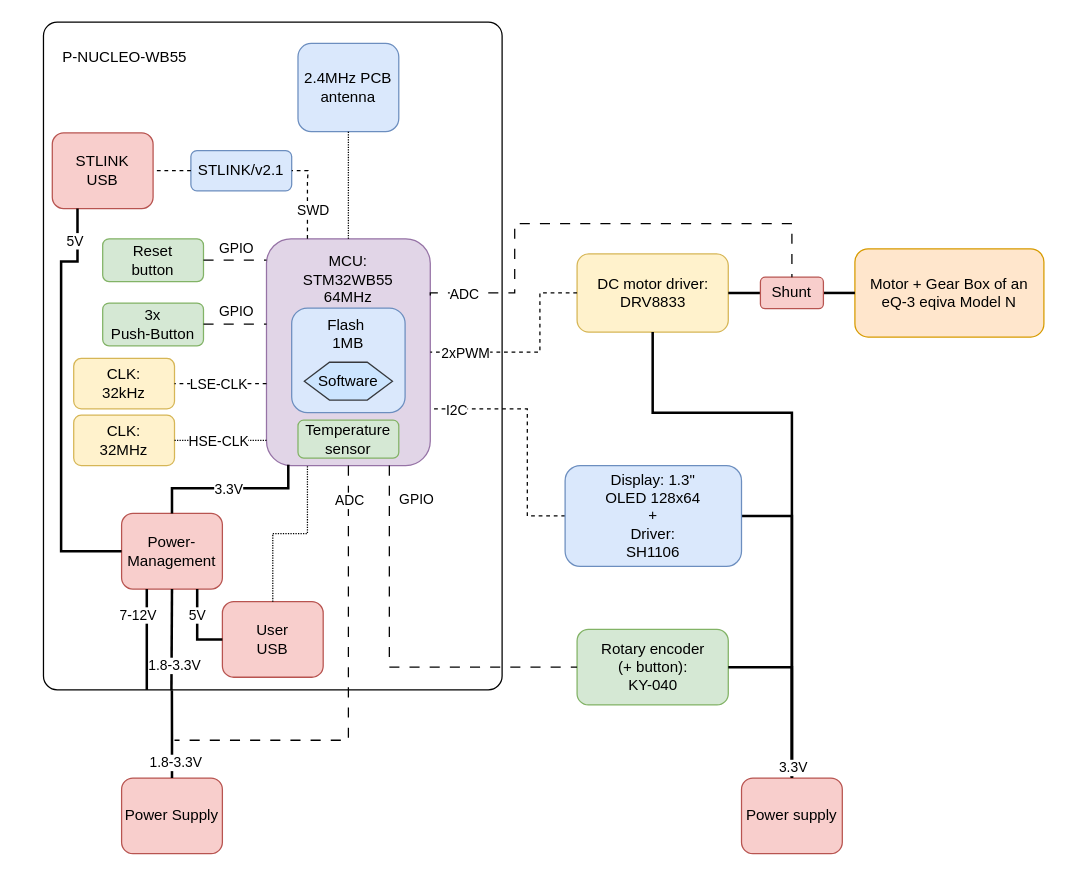
The draw.io diagram electronics/diagrams/mt-rt-sw-dev-hw-block-diagram.drawio in MiraTherm/miratherm-radiator-thermostat-documentation, before the edit. Source tidied: cells renumbered, new cells numbered last; positions are measured from the earlier drawing's top-left corner, leaving out a move shared by most shapes. Both pictures are drawn from the tidied source at 126%, with x=0, y=0 at pixel (43, 21).
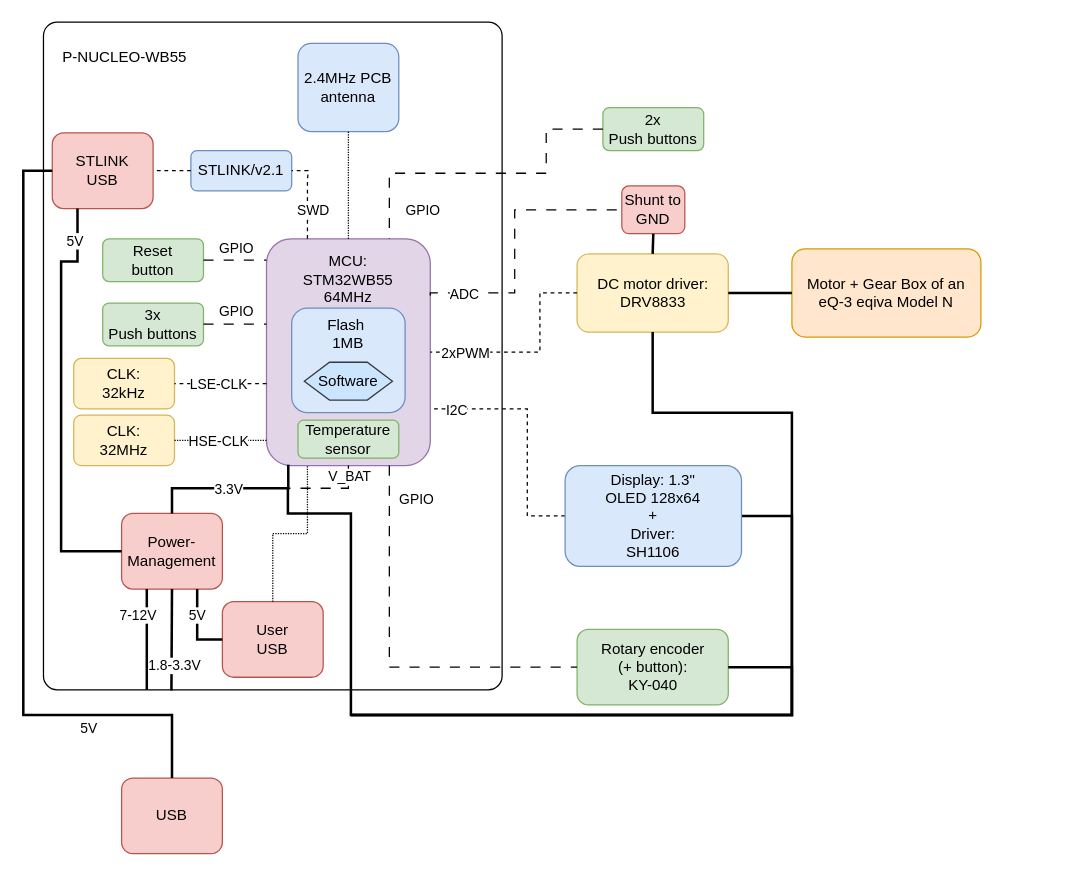
Above is the later version.

Commit message (it also covers changes not shown here):
:memo: Update development harware block diagram

Unchanged cells that the change refers to:
```xml
<mxCell id="2" value="&lt;br&gt;&amp;nbsp; &amp;nbsp; P-NUCLEO-WB55" style="rounded=1;whiteSpace=wrap;html=1;labelPosition=center;verticalLabelPosition=middle;align=left;verticalAlign=top;fillColor=none;arcSize=3;" parent="1" vertex="1">
  <mxGeometry width="364" height="530" as="geometry" />
</mxCell>
<mxCell id="3" value="MCU:&lt;br&gt;STM32WB55&lt;br&gt;64MHz&lt;br&gt;&lt;br&gt;&lt;br&gt;&lt;br&gt;&lt;br&gt;&lt;br&gt;&lt;br&gt;&lt;br&gt;&lt;div&gt;&lt;br&gt;&lt;/div&gt;" style="rounded=1;whiteSpace=wrap;html=1;labelPosition=center;verticalLabelPosition=middle;align=center;verticalAlign=middle;fillColor=#e1d5e7;strokeColor=#9673a6;" parent="1" vertex="1">
  <mxGeometry x="177" y="172" width="130" height="180" as="geometry" />
</mxCell>
<mxCell id="7" value="Rotary encoder&lt;br&gt;(+ button):&lt;br&gt;KY-040" style="rounded=1;whiteSpace=wrap;html=1;fillColor=#d5e8d4;strokeColor=#82b366;" parent="1" vertex="1">
  <mxGeometry x="423.5" y="482" width="120" height="60" as="geometry" />
</mxCell>
<mxCell id="20" value="DC motor driver:&lt;br&gt;&lt;div&gt;DRV8833&lt;/div&gt;" style="rounded=1;whiteSpace=wrap;html=1;fillColor=#fff2cc;strokeColor=#d6b656;" parent="1" vertex="1">
  <mxGeometry x="423.5" y="184" width="120" height="62" as="geometry" />
</mxCell>
<mxCell id="26" value="Display: 1.3&quot;&lt;br&gt;&lt;div&gt;OLED 128x64&lt;br&gt;+&lt;br&gt;Driver:&lt;br&gt;SH1106&lt;/div&gt;" style="rounded=1;whiteSpace=wrap;html=1;fillColor=#dae8fc;strokeColor=#6c8ebf;" parent="1" vertex="1">
  <mxGeometry x="414" y="352" width="140" height="80" as="geometry" />
</mxCell>
<mxCell id="35" value="STLINK&lt;br&gt;USB" style="rounded=1;whiteSpace=wrap;html=1;fillColor=#f8cecc;strokeColor=#b85450;" parent="1" vertex="1">
  <mxGeometry x="7" y="88" width="80" height="60" as="geometry" />
</mxCell>
```

The edit, as a diff of the source:
```diff
@@
     <mxCell id="19" value="Motor + Gear Box of an&lt;br&gt;eQ-3 eqiva Model N" style="rounded=1;whiteSpace=wrap;html=1;fillColor=#ffe6cc;strokeColor=#d79b00;" parent="1" vertex="1">
-      <mxGeometry x="644" y="180" width="150" height="70" as="geometry" />
+      <mxGeometry x="594" y="180" width="150" height="70" as="geometry" />
     </mxCell>
@@
-    <mxCell id="21" style="endArrow=none;html=1;rounded=0;entryX=0;entryY=0.5;entryDx=0;entryDy=0;strokeWidth=2;exitX=1;exitY=0.5;exitDx=0;exitDy=0;" parent="1" edge="1" source="28" target="19">
-      <mxGeometry relative="1" as="geometry" />
-    </mxCell>
@@
-    <mxCell id="24" style="endArrow=none;html=1;rounded=0;entryX=1;entryY=0.5;entryDx=0;entryDy=0;strokeWidth=2;edgeStyle=orthogonalEdgeStyle;exitX=0.5;exitY=0;exitDx=0;exitDy=0;" parent="1" edge="1" source="63" target="26">
+    <mxCell id="24" style="endArrow=none;html=1;rounded=0;entryX=1;entryY=0.5;entryDx=0;entryDy=0;strokeWidth=2;edgeStyle=orthogonalEdgeStyle;" parent="1" edge="1" target="26">
       <mxGeometry relative="1" as="geometry">
+        <mxPoint x="244" y="550" as="sourcePoint" />
         <Array as="points">
           <mxPoint x="594" y="392" />
         </Array>
       </mxGeometry>
     </mxCell>
@@
-    <mxCell id="27" style="endArrow=none;html=1;rounded=0;entryX=0;entryY=0.5;entryDx=0;entryDy=0;strokeWidth=2;exitX=1;exitY=0.5;exitDx=0;exitDy=0;" parent="1" edge="1" source="20" target="28">
+    <mxCell id="27" style="endArrow=none;html=1;rounded=0;entryX=0;entryY=0.5;entryDx=0;entryDy=0;strokeWidth=2;exitX=1;exitY=0.5;exitDx=0;exitDy=0;" parent="1" edge="1" source="20" target="19">
       <mxGeometry relative="1" as="geometry" />
     </mxCell>
-    <mxCell id="28" value="Shunt" style="rounded=1;whiteSpace=wrap;html=1;fillColor=#f8cecc;strokeColor=#b85450;" parent="1" vertex="1">
-      <mxGeometry x="569" y="202.5" width="50" height="25" as="geometry" />
+    <mxCell id="28" value="Shunt to GND" style="rounded=1;whiteSpace=wrap;html=1;fillColor=#f8cecc;strokeColor=#b85450;" parent="1" vertex="1">
+      <mxGeometry x="459" y="130" width="50" height="38" as="geometry" />
     </mxCell>
-    <mxCell id="29" style="endArrow=none;html=1;rounded=0;entryX=1;entryY=0.5;entryDx=0;entryDy=0;strokeWidth=2;exitX=0.5;exitY=0;exitDx=0;exitDy=0;edgeStyle=orthogonalEdgeStyle;" parent="1" edge="1" source="63" target="7">
+    <mxCell id="29" style="endArrow=none;html=1;rounded=0;entryX=1;entryY=0.5;entryDx=0;entryDy=0;strokeWidth=2;edgeStyle=orthogonalEdgeStyle;" parent="1" edge="1" target="7">
       <mxGeometry relative="1" as="geometry">
+        <mxPoint x="244" y="550" as="sourcePoint" />
         <Array as="points">
           <mxPoint x="594" y="512" />
         </Array>
       </mxGeometry>
     </mxCell>
@@
-    <mxCell id="33" style="endArrow=none;html=1;rounded=0;entryX=0.5;entryY=0;entryDx=0;entryDy=0;strokeWidth=1;exitX=1;exitY=0.25;exitDx=0;exitDy=0;edgeStyle=orthogonalEdgeStyle;dashed=1;dashPattern=8 8;" parent="1" edge="1" source="3" target="28">
+    <mxCell id="33" style="endArrow=none;html=1;rounded=0;entryX=0;entryY=0.5;entryDx=0;entryDy=0;strokeWidth=1;exitX=1;exitY=0.25;exitDx=0;exitDy=0;edgeStyle=orthogonalEdgeStyle;dashed=1;dashPattern=8 8;" parent="1" edge="1" source="3" target="28">
       <mxGeometry relative="1" as="geometry">
         <Array as="points">
           <mxPoint x="307" y="215" />
           <mxPoint x="374" y="215" />
-          <mxPoint x="374" y="160" />
-          <mxPoint x="594" y="160" />
+          <mxPoint x="374" y="149" />
         </Array>
       </mxGeometry>
     </mxCell>
     <mxCell id="34" value="ADC" style="edgeLabel;html=1;align=center;verticalAlign=middle;" parent="33" vertex="1">
       <mxGeometry x="-0.85" relative="1" as="geometry">
-        <mxPoint x="-1" as="offset" />
+        <mxPoint x="11" as="offset" />
       </mxGeometry>
     </mxCell>
@@
-    <mxCell id="44" value="&lt;div&gt;3x&lt;/div&gt;Push-Button" style="rounded=1;whiteSpace=wrap;html=1;fillColor=#d5e8d4;strokeColor=#82b366;" parent="1" vertex="1">
+    <mxCell id="44" value="&lt;div&gt;3x&lt;/div&gt;Push buttons" style="rounded=1;whiteSpace=wrap;html=1;fillColor=#d5e8d4;strokeColor=#82b366;" parent="1" vertex="1">
       <mxGeometry x="47" y="223" width="80" height="34" as="geometry" />
     </mxCell>
@@
-    <mxCell id="58" value="Power Supply" style="rounded=1;whiteSpace=wrap;html=1;fillColor=#f8cecc;strokeColor=#b85450;" parent="1" vertex="1">
+    <mxCell id="58" value="USB" style="rounded=1;whiteSpace=wrap;html=1;fillColor=#f8cecc;strokeColor=#b85450;" parent="1" vertex="1">
       <mxGeometry x="62" y="600" width="80" height="60" as="geometry" />
     </mxCell>
-    <mxCell id="59" style="endArrow=none;html=1;rounded=0;entryX=0.28;entryY=1.001;entryDx=0;entryDy=0;strokeWidth=2;exitX=0.5;exitY=0;exitDx=0;exitDy=0;edgeStyle=orthogonalEdgeStyle;entryPerimeter=0;" parent="1" edge="1" source="58" target="2">
-      <mxGeometry relative="1" as="geometry" />
+    <mxCell id="59" style="endArrow=none;html=1;rounded=0;entryX=0;entryY=0.5;entryDx=0;entryDy=0;strokeWidth=2;exitX=0.5;exitY=0;exitDx=0;exitDy=0;edgeStyle=orthogonalEdgeStyle;" parent="1" edge="1" source="58" target="35">
+      <mxGeometry relative="1" as="geometry">
+        <Array as="points">
+          <mxPoint x="102" y="550" />
+          <mxPoint x="-16" y="550" />
+          <mxPoint x="-16" y="118" />
+        </Array>
+      </mxGeometry>
     </mxCell>
-    <mxCell id="60" value="&lt;span style=&quot;color: rgb(0, 0, 0);&quot;&gt;1.8-3.3V&lt;/span&gt;" style="edgeLabel;html=1;align=center;verticalAlign=middle;" parent="59" vertex="1">
-      <mxGeometry x="-0.62" y="-2" relative="1" as="geometry" />
+    <mxCell id="60" value="&lt;span style=&quot;color: rgb(0, 0, 0);&quot;&gt;5V&lt;/span&gt;" style="edgeLabel;html=1;align=center;verticalAlign=middle;" parent="59" vertex="1">
+      <mxGeometry x="-0.62" y="-2" relative="1" as="geometry">
+        <mxPoint x="1" y="12" as="offset" />
+      </mxGeometry>
     </mxCell>
     <mxCell id="61" style="endArrow=none;html=1;rounded=0;strokeWidth=1;exitX=0.5;exitY=1;exitDx=0;exitDy=0;edgeStyle=orthogonalEdgeStyle;dashed=1;dashPattern=8 8;" parent="1" edge="1" source="3">
       <mxGeometry relative="1" as="geometry">
-        <mxPoint x="104" y="570" as="targetPoint" />
+        <mxPoint x="194" y="370" as="targetPoint" />
         <Array as="points">
-          <mxPoint x="242" y="570" />
+          <mxPoint x="242" y="370" />
         </Array>
       </mxGeometry>
     </mxCell>
-    <mxCell id="62" value="ADC" style="edgeLabel;html=1;align=center;verticalAlign=middle;" parent="61" vertex="1">
-      <mxGeometry x="-0.85" relative="1" as="geometry" />
+    <mxCell id="62" value="V_BAT" style="edgeLabel;html=1;align=center;verticalAlign=middle;" parent="61" vertex="1">
+      <mxGeometry x="-0.85" relative="1" as="geometry">
+        <mxPoint y="3" as="offset" />
+      </mxGeometry>
     </mxCell>
-    <mxCell id="63" value="Power supply" style="rounded=1;whiteSpace=wrap;html=1;fillColor=#f8cecc;strokeColor=#b85450;" parent="1" vertex="1">
-      <mxGeometry x="554" y="600" width="80" height="60" as="geometry" />
-    </mxCell>
-    <mxCell id="64" style="endArrow=none;html=1;rounded=0;entryX=0.5;entryY=1;entryDx=0;entryDy=0;strokeWidth=2;edgeStyle=orthogonalEdgeStyle;exitX=0.5;exitY=0;exitDx=0;exitDy=0;" parent="1" edge="1" source="63" target="20">
+    <mxCell id="64" style="endArrow=none;html=1;rounded=0;entryX=0.5;entryY=1;entryDx=0;entryDy=0;strokeWidth=2;edgeStyle=orthogonalEdgeStyle;" parent="1" edge="1" target="20">
       <mxGeometry relative="1" as="geometry">
+        <mxPoint x="194" y="370" as="sourcePoint" />
         <Array as="points">
+          <mxPoint x="194" y="390" />
+          <mxPoint x="244" y="390" />
+          <mxPoint x="244" y="550" />
+          <mxPoint x="594" y="550" />
           <mxPoint x="594" y="310" />
           <mxPoint x="484" y="310" />
         </Array>
       </mxGeometry>
     </mxCell>
-    <mxCell id="65" value="3.3V" style="edgeLabel;html=1;align=center;verticalAlign=middle;" parent="64" vertex="1">
-      <mxGeometry x="-0.96" relative="1" as="geometry" />
-    </mxCell>
+    <mxCell id="66" style="endArrow=none;html=1;rounded=0;entryX=0.5;entryY=0;entryDx=0;entryDy=0;strokeWidth=2;exitX=0.5;exitY=1;exitDx=0;exitDy=0;" parent="1" edge="1" source="28" target="20">
+      <mxGeometry relative="1" as="geometry" />
+    </mxCell>
+    <mxCell id="67" value="&lt;div&gt;2x&lt;/div&gt;Push buttons" style="rounded=1;whiteSpace=wrap;html=1;fillColor=#d5e8d4;strokeColor=#82b366;" parent="1" vertex="1">
+      <mxGeometry x="444" y="68" width="80" height="34" as="geometry" />
+    </mxCell>
+    <mxCell id="68" style="endArrow=none;html=1;rounded=0;entryX=0.75;entryY=0;entryDx=0;entryDy=0;exitX=0;exitY=0.5;exitDx=0;exitDy=0;edgeStyle=orthogonalEdgeStyle;dashed=1;dashPattern=8 8;" parent="1" edge="1" source="67" target="3">
+      <mxGeometry relative="1" as="geometry">
+        <Array as="points">
+          <mxPoint x="399" y="85" />
+          <mxPoint x="399" y="120" />
+          <mxPoint x="274" y="120" />
+        </Array>
+      </mxGeometry>
+    </mxCell>
+    <mxCell id="69" value="GPIO" style="edgeLabel;html=1;align=center;verticalAlign=middle;" parent="68" vertex="1">
+      <mxGeometry x="0.45" y="-1" relative="1" as="geometry">
+        <mxPoint x="7" y="30" as="offset" />
+      </mxGeometry>
+    </mxCell>
```
